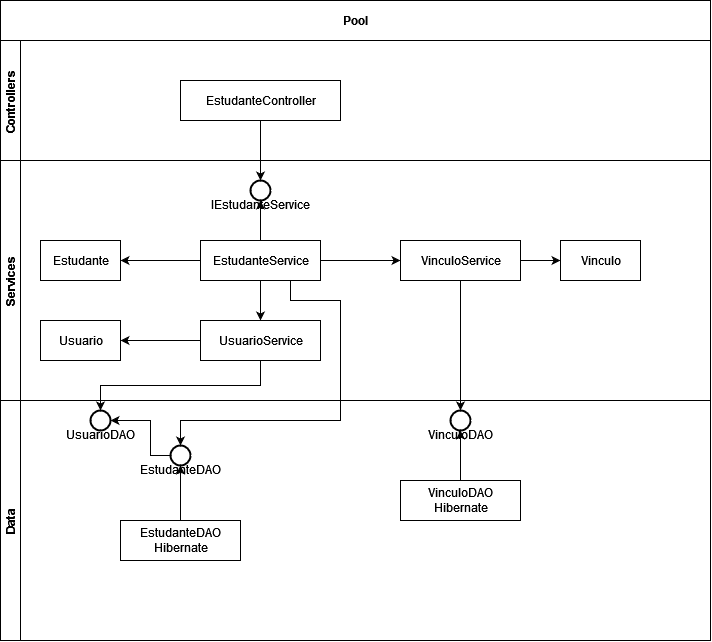
arturo32/PODE keeps this draw.io diagram as planejamento/DiagramaCamadas.drawio.png. Above is the earlier version. Source tidied: cells renumbered, new cells last; positions are measured from the earlier drawing's top-left corner, leaving out a move shared by most shapes.
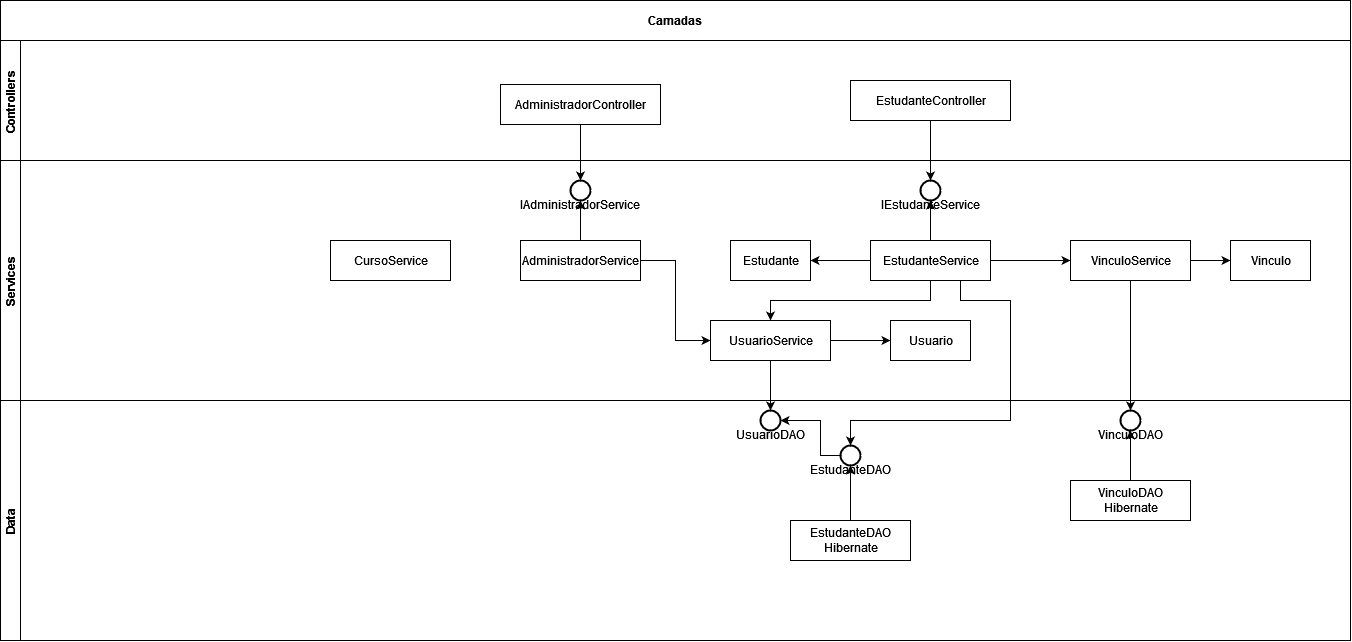
The same file after the commit.

Diff of the diagram source:
```diff
@@ -2,26 +2,31 @@
   <root>
     <mxCell id="0" />
     <mxCell id="1" parent="0" />
-    <mxCell id="2" value="Pool" style="swimlane;horizontal=1;startSize=40;" parent="1" vertex="1">
-      <mxGeometry width="710" height="640" as="geometry" />
+    <mxCell id="2" value="Camadas" style="swimlane;horizontal=1;startSize=40;fillColor=#FFFFFF;swimlaneFillColor=#FFFFFF;" parent="1" vertex="1">
+      <mxGeometry width="1350" height="640" as="geometry" />
     </mxCell>
     <mxCell id="3" value="Controllers" style="swimlane;startSize=20;horizontal=0;" parent="2" vertex="1">
-      <mxGeometry y="40" width="710" height="120" as="geometry" />
+      <mxGeometry y="40" width="1350" height="120" as="geometry" />
     </mxCell>
     <mxCell id="4" value="EstudanteController" style="html=1;" parent="3" vertex="1">
-      <mxGeometry x="180" y="40" width="160" height="40" as="geometry" />
+      <mxGeometry x="850" y="40" width="160" height="40" as="geometry" />
     </mxCell>
-    <mxCell id="5" style="edgeStyle=orthogonalEdgeStyle;rounded=0;jettySize=auto;html=1;exitX=0.5;exitY=1;exitDx=0;exitDy=0;entryX=0.5;entryY=0;entryDx=0;entryDy=0;entryPerimeter=0;" parent="2" edge="1" source="4" target="14">
-      <mxGeometry relative="1" as="geometry" />
-    </mxCell>
+    <mxCell id="32" value="AdministradorController" style="html=1;" parent="3" vertex="1">
+      <mxGeometry x="500" y="44" width="160" height="40" as="geometry" />
+    </mxCell>
     <mxCell id="6" value="Services" style="swimlane;startSize=20;horizontal=0;" parent="2" vertex="1">
-      <mxGeometry y="160" width="710" height="240" as="geometry" />
+      <mxGeometry y="160" width="1350" height="240" as="geometry" />
     </mxCell>
     <mxCell id="7" style="edgeStyle=orthogonalEdgeStyle;rounded=0;jettySize=auto;html=1;" parent="6" edge="1" source="11" target="14">
       <mxGeometry relative="1" as="geometry" />
     </mxCell>
     <mxCell id="8" style="edgeStyle=orthogonalEdgeStyle;rounded=0;jettySize=auto;html=1;" parent="6" edge="1" source="11" target="13">
-      <mxGeometry relative="1" as="geometry" />
+      <mxGeometry relative="1" as="geometry">
+        <Array as="points">
+          <mxPoint x="930" y="140" />
+          <mxPoint x="770" y="140" />
+        </Array>
+      </mxGeometry>
     </mxCell>
     <mxCell id="9" style="edgeStyle=orthogonalEdgeStyle;rounded=0;jettySize=auto;html=1;entryX=1;entryY=0.5;entryDx=0;entryDy=0;" parent="6" edge="1" source="11" target="17">
       <mxGeometry relative="1" as="geometry" />
@@ -30,84 +35,110 @@
       <mxGeometry relative="1" as="geometry" />
     </mxCell>
     <mxCell id="11" value="EstudanteService" style="html=1;" parent="6" vertex="1">
-      <mxGeometry x="200" y="80" width="120" height="40" as="geometry" />
+      <mxGeometry x="870" y="80" width="120" height="40" as="geometry" />
     </mxCell>
-    <mxCell id="12" style="edgeStyle=orthogonalEdgeStyle;rounded=0;jettySize=auto;html=1;entryX=1;entryY=0.5;entryDx=0;entryDy=0;" parent="6" edge="1" source="13" target="19">
-      <mxGeometry relative="1" as="geometry" />
+    <mxCell id="12" style="edgeStyle=orthogonalEdgeStyle;rounded=0;jettySize=auto;html=1;entryX=0;entryY=0.5;entryDx=0;entryDy=0;" parent="6" edge="1" source="13" target="19">
+      <mxGeometry relative="1" as="geometry">
+        <Array as="points">
+          <mxPoint x="820" y="180" />
+          <mxPoint x="820" y="180" />
+        </Array>
+      </mxGeometry>
     </mxCell>
     <mxCell id="13" value="UsuarioService" style="html=1;" parent="6" vertex="1">
-      <mxGeometry x="200" y="160" width="120" height="40" as="geometry" />
+      <mxGeometry x="710" y="160" width="120" height="40" as="geometry" />
     </mxCell>
     <mxCell id="14" value="&lt;div&gt;&lt;br&gt;&lt;/div&gt;&lt;div&gt;&lt;br&gt;&lt;/div&gt;&lt;div&gt;IEstudanteService&lt;/div&gt;" style="strokeWidth=2;html=1;shape=mxgraph.flowchart.start_2;whiteSpace=wrap;" parent="6" vertex="1">
-      <mxGeometry x="250" y="20" width="20" height="20" as="geometry" />
+      <mxGeometry x="920" y="20" width="20" height="20" as="geometry" />
     </mxCell>
     <mxCell id="15" style="edgeStyle=orthogonalEdgeStyle;rounded=0;jettySize=auto;html=1;entryX=0;entryY=0.5;entryDx=0;entryDy=0;" parent="6" edge="1" source="16" target="18">
       <mxGeometry relative="1" as="geometry" />
     </mxCell>
     <mxCell id="16" value="VinculoService" style="html=1;" parent="6" vertex="1">
-      <mxGeometry x="400" y="80" width="120" height="40" as="geometry" />
+      <mxGeometry x="1070" y="80" width="120" height="40" as="geometry" />
     </mxCell>
     <mxCell id="17" value="Estudante" style="html=1;" parent="6" vertex="1">
-      <mxGeometry x="40" y="80" width="80" height="40" as="geometry" />
+      <mxGeometry x="730" y="80" width="80" height="40" as="geometry" />
     </mxCell>
     <mxCell id="18" value="Vinculo" style="html=1;" parent="6" vertex="1">
-      <mxGeometry x="560" y="80" width="80" height="40" as="geometry" />
+      <mxGeometry x="1230" y="80" width="80" height="40" as="geometry" />
     </mxCell>
     <mxCell id="19" value="Usuario" style="html=1;" parent="6" vertex="1">
-      <mxGeometry x="40" y="160" width="80" height="40" as="geometry" />
+      <mxGeometry x="890" y="160" width="80" height="40" as="geometry" />
     </mxCell>
-    <mxCell id="20" style="edgeStyle=orthogonalEdgeStyle;rounded=0;jettySize=auto;html=1;exitX=0.75;exitY=1;exitDx=0;exitDy=0;entryX=0.5;entryY=0;entryDx=0;entryDy=0;entryPerimeter=0;strokeColor=default;jumpStyle=sharp;" parent="2" edge="1" source="11" target="24">
-      <mxGeometry relative="1" as="geometry">
-        <Array as="points">
-          <mxPoint x="290" y="300" />
-          <mxPoint x="340" y="300" />
-          <mxPoint x="340" y="420" />
-          <mxPoint x="180" y="420" />
-        </Array>
-      </mxGeometry>
-    </mxCell>
-    <mxCell id="21" style="edgeStyle=orthogonalEdgeStyle;rounded=0;jumpStyle=sharp;jettySize=auto;html=1;exitX=0.5;exitY=1;exitDx=0;exitDy=0;entryX=0.5;entryY=0;entryDx=0;entryDy=0;entryPerimeter=0;strokeColor=default;" parent="2" edge="1" source="13" target="30">
-      <mxGeometry relative="1" as="geometry" />
-    </mxCell>
+    <mxCell id="33" style="edgeStyle=orthogonalEdgeStyle;rounded=0;jumpStyle=sharp;jettySize=auto;html=1;strokeColor=default;" parent="6" edge="1" source="35" target="36">
+      <mxGeometry relative="1" as="geometry" />
+    </mxCell>
+    <mxCell id="34" style="edgeStyle=orthogonalEdgeStyle;rounded=0;jumpStyle=sharp;jettySize=auto;html=1;entryX=0;entryY=0.5;entryDx=0;entryDy=0;strokeColor=default;" parent="6" edge="1" source="35" target="13">
+      <mxGeometry relative="1" as="geometry" />
+    </mxCell>
+    <mxCell id="35" value="AdministradorService" style="html=1;" parent="6" vertex="1">
+      <mxGeometry x="520" y="80" width="120" height="40" as="geometry" />
+    </mxCell>
+    <mxCell id="36" value="&lt;div&gt;&lt;br&gt;&lt;/div&gt;&lt;div&gt;&lt;br&gt;&lt;/div&gt;&lt;div&gt;IAdministradorService&lt;/div&gt;" style="strokeWidth=2;html=1;shape=mxgraph.flowchart.start_2;whiteSpace=wrap;" parent="6" vertex="1">
+      <mxGeometry x="570" y="20" width="20" height="20" as="geometry" />
+    </mxCell>
+    <mxCell id="37" value="CursoService" style="html=1;" parent="6" vertex="1">
+      <mxGeometry x="330" y="80" width="120" height="40" as="geometry" />
+    </mxCell>
     <mxCell id="22" value="Data" style="swimlane;startSize=20;horizontal=0;" parent="2" vertex="1">
-      <mxGeometry y="400" width="710" height="240" as="geometry" />
+      <mxGeometry y="400" width="1350" height="240" as="geometry" />
     </mxCell>
     <mxCell id="23" style="edgeStyle=orthogonalEdgeStyle;rounded=0;jumpStyle=sharp;jettySize=auto;html=1;exitX=0;exitY=0.5;exitDx=0;exitDy=0;exitPerimeter=0;entryX=1;entryY=0.5;entryDx=0;entryDy=0;entryPerimeter=0;strokeColor=default;" parent="22" edge="1" source="24" target="30">
       <mxGeometry relative="1" as="geometry">
         <Array as="points">
-          <mxPoint x="150" y="55" />
-          <mxPoint x="150" y="20" />
+          <mxPoint x="820" y="55" />
+          <mxPoint x="820" y="20" />
         </Array>
       </mxGeometry>
     </mxCell>
     <mxCell id="24" value="&lt;div&gt;&lt;br&gt;&lt;/div&gt;&lt;div&gt;&lt;br&gt;&lt;/div&gt;&lt;div&gt;EstudanteDAO&lt;/div&gt;" style="strokeWidth=2;html=1;shape=mxgraph.flowchart.start_2;whiteSpace=wrap;" parent="22" vertex="1">
-      <mxGeometry x="170" y="45" width="20" height="20" as="geometry" />
+      <mxGeometry x="840" y="45" width="20" height="20" as="geometry" />
     </mxCell>
     <mxCell id="25" value="&lt;div&gt;&lt;br&gt;&lt;/div&gt;&lt;div&gt;&lt;br&gt;&lt;/div&gt;&lt;div&gt;VinculoDAO&lt;/div&gt;" style="strokeWidth=2;html=1;shape=mxgraph.flowchart.start_2;whiteSpace=wrap;" parent="22" vertex="1">
-      <mxGeometry x="450" y="10" width="20" height="20" as="geometry" />
+      <mxGeometry x="1120" y="10" width="20" height="20" as="geometry" />
     </mxCell>
     <mxCell id="26" style="edgeStyle=orthogonalEdgeStyle;rounded=0;jumpStyle=sharp;jettySize=auto;html=1;entryX=0.5;entryY=1;entryDx=0;entryDy=0;entryPerimeter=0;strokeColor=default;" parent="22" edge="1" source="27" target="24">
       <mxGeometry relative="1" as="geometry" />
     </mxCell>
     <mxCell id="27" value="&lt;div&gt;EstudanteDAO&lt;/div&gt;&lt;div&gt;Hibernate&lt;/div&gt;" style="html=1;" parent="22" vertex="1">
-      <mxGeometry x="120" y="120" width="120" height="40" as="geometry" />
+      <mxGeometry x="790" y="120" width="120" height="40" as="geometry" />
     </mxCell>
     <mxCell id="28" style="edgeStyle=orthogonalEdgeStyle;rounded=0;jumpStyle=sharp;jettySize=auto;html=1;strokeColor=default;" parent="22" edge="1" source="29" target="25">
       <mxGeometry relative="1" as="geometry" />
     </mxCell>
     <mxCell id="29" value="&lt;div&gt;VinculoDAO&lt;/div&gt;&lt;div&gt;Hibernate&lt;/div&gt;" style="html=1;" parent="22" vertex="1">
-      <mxGeometry x="400" y="80" width="120" height="40" as="geometry" />
+      <mxGeometry x="1070" y="80" width="120" height="40" as="geometry" />
     </mxCell>
     <mxCell id="30" value="&lt;div&gt;&lt;br&gt;&lt;/div&gt;&lt;div&gt;&lt;br&gt;&lt;/div&gt;&lt;div&gt;UsuarioDAO&lt;/div&gt;" style="strokeWidth=2;html=1;shape=mxgraph.flowchart.start_2;whiteSpace=wrap;" parent="22" vertex="1">
-      <mxGeometry x="90" y="10" width="20" height="20" as="geometry" />
+      <mxGeometry x="760" y="10" width="20" height="20" as="geometry" />
     </mxCell>
+    <mxCell id="5" style="edgeStyle=orthogonalEdgeStyle;rounded=0;jettySize=auto;html=1;exitX=0.5;exitY=1;exitDx=0;exitDy=0;entryX=0.5;entryY=0;entryDx=0;entryDy=0;entryPerimeter=0;" parent="2" edge="1" source="4" target="14">
+      <mxGeometry relative="1" as="geometry" />
+    </mxCell>
+    <mxCell id="20" style="edgeStyle=orthogonalEdgeStyle;rounded=0;jettySize=auto;html=1;exitX=0.75;exitY=1;exitDx=0;exitDy=0;entryX=0.5;entryY=0;entryDx=0;entryDy=0;entryPerimeter=0;strokeColor=default;jumpStyle=sharp;" parent="2" edge="1" source="11" target="24">
+      <mxGeometry relative="1" as="geometry">
+        <Array as="points">
+          <mxPoint x="960" y="300" />
+          <mxPoint x="1010" y="300" />
+          <mxPoint x="1010" y="420" />
+          <mxPoint x="850" y="420" />
+        </Array>
+      </mxGeometry>
+    </mxCell>
+    <mxCell id="21" style="edgeStyle=orthogonalEdgeStyle;rounded=0;jumpStyle=sharp;jettySize=auto;html=1;exitX=0.5;exitY=1;exitDx=0;exitDy=0;entryX=0.5;entryY=0;entryDx=0;entryDy=0;entryPerimeter=0;strokeColor=default;" parent="2" edge="1" source="13" target="30">
+      <mxGeometry relative="1" as="geometry" />
+    </mxCell>
     <mxCell id="31" style="edgeStyle=orthogonalEdgeStyle;rounded=0;jumpStyle=sharp;jettySize=auto;html=1;exitX=0.5;exitY=1;exitDx=0;exitDy=0;entryX=0.5;entryY=0;entryDx=0;entryDy=0;entryPerimeter=0;strokeColor=default;" parent="2" edge="1" source="16" target="25">
       <mxGeometry relative="1" as="geometry">
         <Array as="points">
-          <mxPoint x="460" y="290" />
-          <mxPoint x="460" y="290" />
+          <mxPoint x="1130" y="290" />
+          <mxPoint x="1130" y="290" />
         </Array>
       </mxGeometry>
     </mxCell>
+    <mxCell id="38" style="edgeStyle=orthogonalEdgeStyle;rounded=0;jumpStyle=sharp;jettySize=auto;html=1;strokeColor=default;" parent="2" edge="1" source="32" target="36">
+      <mxGeometry relative="1" as="geometry" />
+    </mxCell>
   </root>
 </mxGraphModel>
```
